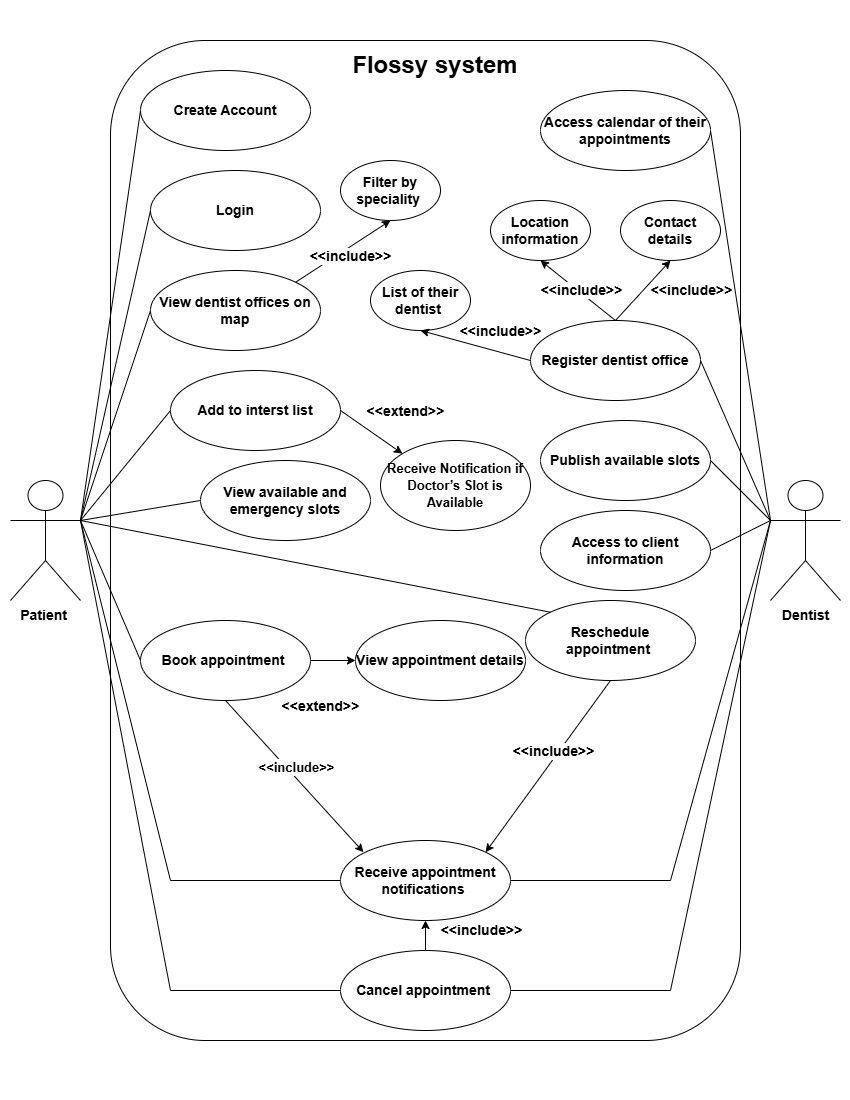
Before: documentation/Diagrams/UseCase Diagram.png, a diagram exported from draw.io (reyhaneeab/flossy). Source tidied: cells renumbered, new cells last; positions are measured from the earlier drawing's top-left corner, leaving out a move shared by most shapes. The source it was exported from:
```xml
<mxGraphModel>
  <root>
    <mxCell id="0" />
    <mxCell id="1" parent="0" />
    <mxCell id="2" value="Patient&amp;nbsp;" style="shape=umlActor;verticalLabelPosition=bottom;verticalAlign=top;html=1;outlineConnect=0;fontSize=14;fontStyle=1;" parent="1" vertex="1">
      <mxGeometry y="440" width="70" height="120" as="geometry" />
    </mxCell>
    <mxCell id="3" value="Dentist" style="shape=umlActor;verticalLabelPosition=bottom;verticalAlign=top;html=1;outlineConnect=0;fontSize=14;fontStyle=1;" parent="1" vertex="1">
      <mxGeometry x="760" y="440" width="70" height="120" as="geometry" />
    </mxCell>
    <mxCell id="4" style="rounded=1;whiteSpace=wrap;html=1;fontSize=14;fontStyle=1;" parent="1" vertex="1">
      <mxGeometry x="100" width="630" height="1000" as="geometry" />
    </mxCell>
    <mxCell id="5" value="Receive appointment notifications&amp;nbsp;" style="ellipse;whiteSpace=wrap;html=1;fontSize=14;fontStyle=1;" parent="1" vertex="1">
      <mxGeometry x="330" y="800" width="170" height="80" as="geometry" />
    </mxCell>
    <mxCell id="6" style="endArrow=none;html=1;rounded=0;entryX=0;entryY=0.5;entryDx=0;entryDy=0;exitX=1;exitY=0.3333333333333333;exitDx=0;exitDy=0;exitPerimeter=0;fontSize=14;fontStyle=1;" parent="1" edge="1" source="2" target="5">
      <mxGeometry relative="1" as="geometry">
        <Array as="points">
          <mxPoint x="160" y="840" />
        </Array>
      </mxGeometry>
    </mxCell>
    <mxCell id="7" style="endArrow=none;html=1;rounded=0;entryX=0;entryY=0.3333333333333333;entryDx=0;entryDy=0;exitX=1;exitY=0.5;exitDx=0;exitDy=0;entryPerimeter=0;fontSize=14;fontStyle=1;" parent="1" edge="1" source="5" target="3">
      <mxGeometry relative="1" as="geometry">
        <Array as="points">
          <mxPoint x="660" y="840" />
        </Array>
      </mxGeometry>
    </mxCell>
    <mxCell id="8" value="Book appointment&amp;nbsp;" style="ellipse;whiteSpace=wrap;html=1;fontSize=14;fontStyle=1;" parent="1" vertex="1">
      <mxGeometry x="130" y="580" width="170" height="80" as="geometry" />
    </mxCell>
    <mxCell id="9" style="endArrow=none;html=1;rounded=0;exitX=1;exitY=0.3333333333333333;exitDx=0;exitDy=0;exitPerimeter=0;entryX=0;entryY=0.5;entryDx=0;entryDy=0;fontSize=14;fontStyle=1;" parent="1" edge="1" source="2" target="8">
      <mxGeometry relative="1" as="geometry" />
    </mxCell>
    <mxCell id="10" value="Cancel appointment&amp;nbsp;" style="ellipse;whiteSpace=wrap;html=1;fontSize=14;fontStyle=1;" parent="1" vertex="1">
      <mxGeometry x="330" y="910" width="170" height="80" as="geometry" />
    </mxCell>
    <mxCell id="11" style="endArrow=none;html=1;rounded=0;exitX=1;exitY=0.3333333333333333;exitDx=0;exitDy=0;exitPerimeter=0;entryX=0;entryY=0.5;entryDx=0;entryDy=0;fontSize=14;fontStyle=1;" parent="1" edge="1" source="2" target="10">
      <mxGeometry relative="1" as="geometry">
        <Array as="points">
          <mxPoint x="160" y="950" />
        </Array>
      </mxGeometry>
    </mxCell>
    <mxCell id="12" style="endArrow=none;html=1;rounded=0;entryX=0;entryY=0.3333333333333333;entryDx=0;entryDy=0;entryPerimeter=0;exitX=1;exitY=0.5;exitDx=0;exitDy=0;fontSize=14;fontStyle=1;" parent="1" edge="1" source="10" target="3">
      <mxGeometry relative="1" as="geometry">
        <Array as="points">
          <mxPoint x="660" y="950" />
        </Array>
      </mxGeometry>
    </mxCell>
    <mxCell id="13" value="Reschedule appointment&amp;nbsp;" style="ellipse;whiteSpace=wrap;html=1;fontSize=14;fontStyle=1;" parent="1" vertex="1">
      <mxGeometry x="515" y="560" width="170" height="80" as="geometry" />
    </mxCell>
    <mxCell id="14" value="Publish available slots" style="ellipse;whiteSpace=wrap;html=1;fontSize=14;fontStyle=1;" parent="1" vertex="1">
      <mxGeometry x="530" y="380" width="170" height="80" as="geometry" />
    </mxCell>
    <mxCell id="15" style="endArrow=none;html=1;rounded=0;exitX=1;exitY=0.5;exitDx=0;exitDy=0;entryX=0;entryY=0.3333333333333333;entryDx=0;entryDy=0;entryPerimeter=0;fontSize=14;fontStyle=1;" parent="1" edge="1" source="14" target="3">
      <mxGeometry relative="1" as="geometry" />
    </mxCell>
    <mxCell id="16" value="Access calendar of their appointments" style="ellipse;whiteSpace=wrap;html=1;fontSize=14;fontStyle=1;" parent="1" vertex="1">
      <mxGeometry x="530" y="50" width="170" height="80" as="geometry" />
    </mxCell>
    <mxCell id="17" style="endArrow=none;html=1;rounded=0;exitX=1;exitY=0.5;exitDx=0;exitDy=0;entryX=0;entryY=0.3333333333333333;entryDx=0;entryDy=0;entryPerimeter=0;fontSize=14;fontStyle=1;" parent="1" edge="1" source="16" target="3">
      <mxGeometry relative="1" as="geometry" />
    </mxCell>
    <mxCell id="18" value="Register dentist office" style="ellipse;whiteSpace=wrap;html=1;fontSize=14;fontStyle=1;" parent="1" vertex="1">
      <mxGeometry x="520" y="280" width="170" height="80" as="geometry" />
    </mxCell>
    <mxCell id="19" style="endArrow=none;html=1;rounded=0;exitX=1;exitY=0.5;exitDx=0;exitDy=0;entryX=0;entryY=0.3333333333333333;entryDx=0;entryDy=0;entryPerimeter=0;fontSize=14;fontStyle=1;" parent="1" edge="1" source="18" target="3">
      <mxGeometry relative="1" as="geometry" />
    </mxCell>
    <mxCell id="20" value="Create Account" style="ellipse;whiteSpace=wrap;html=1;fontSize=14;fontStyle=1;" parent="1" vertex="1">
      <mxGeometry x="130" y="30" width="170" height="80" as="geometry" />
    </mxCell>
    <mxCell id="21" style="endArrow=none;html=1;rounded=0;exitX=1;exitY=0.3333333333333333;exitDx=0;exitDy=0;exitPerimeter=0;entryX=0;entryY=0.5;entryDx=0;entryDy=0;fontSize=14;fontStyle=1;" parent="1" edge="1" source="2" target="20">
      <mxGeometry relative="1" as="geometry" />
    </mxCell>
    <mxCell id="22" value="Login" style="ellipse;whiteSpace=wrap;html=1;fontSize=14;fontStyle=1;" parent="1" vertex="1">
      <mxGeometry x="140" y="130" width="170" height="80" as="geometry" />
    </mxCell>
    <mxCell id="23" style="endArrow=none;html=1;rounded=0;exitX=1;exitY=0.3333333333333333;exitDx=0;exitDy=0;exitPerimeter=0;entryX=0;entryY=0.5;entryDx=0;entryDy=0;fontSize=14;fontStyle=1;" parent="1" edge="1" source="2" target="22">
      <mxGeometry relative="1" as="geometry" />
    </mxCell>
    <mxCell id="24" value="View dentist offices on map" style="ellipse;whiteSpace=wrap;html=1;fontSize=14;fontStyle=1;" parent="1" vertex="1">
      <mxGeometry x="140" y="230" width="170" height="80" as="geometry" />
    </mxCell>
    <mxCell id="25" style="endArrow=none;html=1;rounded=0;exitX=1;exitY=0.3333333333333333;exitDx=0;exitDy=0;exitPerimeter=0;entryX=0;entryY=0.5;entryDx=0;entryDy=0;fontSize=14;fontStyle=1;" parent="1" edge="1" source="2" target="24">
      <mxGeometry relative="1" as="geometry" />
    </mxCell>
    <mxCell id="26" value="Add to interst list" style="ellipse;whiteSpace=wrap;html=1;fontSize=14;fontStyle=1;" parent="1" vertex="1">
      <mxGeometry x="160" y="330" width="170" height="80" as="geometry" />
    </mxCell>
    <mxCell id="27" style="endArrow=none;html=1;rounded=0;exitX=1;exitY=0.3333333333333333;exitDx=0;exitDy=0;exitPerimeter=0;entryX=0;entryY=0.5;entryDx=0;entryDy=0;fontSize=14;fontStyle=1;" parent="1" edge="1" source="2" target="26">
      <mxGeometry relative="1" as="geometry" />
    </mxCell>
    <mxCell id="28" value="View available and emergency slots" style="ellipse;whiteSpace=wrap;html=1;fontSize=14;fontStyle=1;" parent="1" vertex="1">
      <mxGeometry x="190" y="420" width="170" height="80" as="geometry" />
    </mxCell>
    <mxCell id="29" style="endArrow=none;html=1;rounded=0;entryX=0;entryY=0.5;entryDx=0;entryDy=0;fontSize=14;fontStyle=1;exitX=1;exitY=0.3333333333333333;exitDx=0;exitDy=0;exitPerimeter=0;" parent="1" edge="1" source="2" target="28">
      <mxGeometry relative="1" as="geometry" />
    </mxCell>
    <mxCell id="30" value="Access to client information" style="ellipse;whiteSpace=wrap;html=1;fontSize=14;fontStyle=1;" parent="1" vertex="1">
      <mxGeometry x="530" y="470" width="170" height="80" as="geometry" />
    </mxCell>
    <mxCell id="31" style="endArrow=none;html=1;rounded=0;exitX=1;exitY=0.5;exitDx=0;exitDy=0;entryX=0;entryY=0.3333333333333333;entryDx=0;entryDy=0;entryPerimeter=0;fontSize=14;fontStyle=1;" parent="1" edge="1" source="30" target="3">
      <mxGeometry relative="1" as="geometry" />
    </mxCell>
    <mxCell id="32" style="endArrow=classic;html=1;rounded=0;exitX=0.5;exitY=1;exitDx=0;exitDy=0;entryX=0;entryY=0;entryDx=0;entryDy=0;fontSize=14;fontStyle=1;" parent="1" edge="1" source="8">
      <mxGeometry relative="1" as="geometry">
        <mxPoint x="353" y="811.7" as="targetPoint" />
      </mxGeometry>
    </mxCell>
    <mxCell id="33" value="&lt;font style=&quot;font-size: 13px;&quot;&gt;&amp;lt;&amp;lt;include&amp;gt;&amp;gt;&lt;/font&gt;" style="edgeLabel;html=1;align=center;verticalAlign=middle;rotation=0;fontSize=14;fontStyle=1;" parent="32" vertex="1">
      <mxGeometry x="0.01" y="-2" relative="1" as="geometry">
        <mxPoint x="2" y="-12" as="offset" />
      </mxGeometry>
    </mxCell>
    <mxCell id="34" style="endArrow=classic;html=1;rounded=0;exitX=0.5;exitY=0;exitDx=0;exitDy=0;entryX=0.5;entryY=1;entryDx=0;entryDy=0;fontSize=14;fontStyle=1;" parent="1" edge="1" source="10" target="5">
      <mxGeometry relative="1" as="geometry" />
    </mxCell>
    <mxCell id="35" value="&amp;lt;&amp;lt;include&amp;gt;&amp;gt;" style="edgeLabel;html=1;align=center;verticalAlign=middle;fontSize=14;fontStyle=1;" parent="34" vertex="1">
      <mxGeometry x="-0.43" relative="1" as="geometry">
        <mxPoint x="55" y="-12" as="offset" />
      </mxGeometry>
    </mxCell>
    <mxCell id="36" value="&lt;b&gt;&lt;font style=&quot;font-size: 24px;&quot;&gt;Flossy system&lt;/font&gt;&lt;/b&gt;" style="text;html=1;align=center;verticalAlign=middle;whiteSpace=wrap;rounded=0;" parent="1" vertex="1">
      <mxGeometry x="300" y="10" width="250" height="30" as="geometry" />
    </mxCell>
    <mxCell id="37" value="Contact details" style="ellipse;whiteSpace=wrap;html=1;fontSize=14;fontStyle=1;" parent="1" vertex="1">
      <mxGeometry x="610" y="160" width="100" height="60" as="geometry" />
    </mxCell>
    <mxCell id="38" value="Location information" style="ellipse;whiteSpace=wrap;html=1;fontSize=14;fontStyle=1;" parent="1" vertex="1">
      <mxGeometry x="480" y="160" width="100" height="60" as="geometry" />
    </mxCell>
    <mxCell id="39" style="endArrow=classic;html=1;rounded=0;exitX=0.5;exitY=0;exitDx=0;exitDy=0;entryX=0.5;entryY=1;entryDx=0;entryDy=0;fontSize=14;fontStyle=1;" parent="1" edge="1" source="18" target="38">
      <mxGeometry relative="1" as="geometry" />
    </mxCell>
    <mxCell id="40" value="&amp;lt;&amp;lt;include&amp;gt;&amp;gt;" style="edgeLabel;html=1;align=center;verticalAlign=middle;fontSize=14;fontStyle=1;" parent="39" vertex="1">
      <mxGeometry x="-0.17" y="1" relative="1" as="geometry">
        <mxPoint x="-3" y="-6" as="offset" />
      </mxGeometry>
    </mxCell>
    <mxCell id="41" style="endArrow=classic;html=1;rounded=0;exitX=0.5;exitY=0;exitDx=0;exitDy=0;entryX=0.5;entryY=1;entryDx=0;entryDy=0;fontSize=14;fontStyle=1;" parent="1" edge="1" source="18" target="37">
      <mxGeometry relative="1" as="geometry" />
    </mxCell>
    <mxCell id="42" value="&amp;lt;&amp;lt;include&amp;gt;&amp;gt;" style="edgeLabel;html=1;align=center;verticalAlign=middle;fontSize=14;fontStyle=1;" parent="41" vertex="1">
      <mxGeometry x="0.03" y="-1" relative="1" as="geometry">
        <mxPoint x="46" as="offset" />
      </mxGeometry>
    </mxCell>
    <mxCell id="43" style="endArrow=classic;html=1;rounded=0;exitX=0.5;exitY=1;exitDx=0;exitDy=0;entryX=1;entryY=0;entryDx=0;entryDy=0;fontSize=14;fontStyle=1;" parent="1" edge="1" source="13" target="5">
      <mxGeometry relative="1" as="geometry" />
    </mxCell>
    <mxCell id="44" value="&amp;lt;&amp;lt;include&amp;gt;&amp;gt;" style="edgeLabel;html=1;align=center;verticalAlign=middle;rotation=0;fontSize=14;fontStyle=1;" parent="43" vertex="1">
      <mxGeometry x="0.03" relative="1" as="geometry">
        <mxPoint x="7" y="-18" as="offset" />
      </mxGeometry>
    </mxCell>
    <mxCell id="45" value="Filter by speciality&amp;nbsp;" style="ellipse;whiteSpace=wrap;html=1;fontSize=14;fontStyle=1;" parent="1" vertex="1">
      <mxGeometry x="330" y="120" width="100" height="60" as="geometry" />
    </mxCell>
    <mxCell id="46" style="endArrow=classic;html=1;rounded=0;exitX=1;exitY=0;exitDx=0;exitDy=0;entryX=0.5;entryY=1;entryDx=0;entryDy=0;fontSize=14;fontStyle=1;" parent="1" edge="1" source="24" target="45">
      <mxGeometry relative="1" as="geometry" />
    </mxCell>
    <mxCell id="47" value="&amp;lt;&amp;lt;include&amp;gt;&amp;gt;" style="edgeLabel;html=1;align=center;verticalAlign=middle;fontSize=14;fontStyle=1;" parent="46" vertex="1">
      <mxGeometry x="0.06" y="-1" relative="1" as="geometry">
        <mxPoint x="4" y="6" as="offset" />
      </mxGeometry>
    </mxCell>
    <mxCell id="48" value="&lt;font style=&quot;font-size: 13px;&quot;&gt;Receive Notification if Doctor’s Slot is Available&lt;/font&gt;" style="ellipse;whiteSpace=wrap;html=1;fontSize=14;fontStyle=1;" parent="1" vertex="1">
      <mxGeometry x="370" y="400" width="150" height="90" as="geometry" />
    </mxCell>
    <mxCell id="49" style="endArrow=classic;html=1;rounded=0;exitX=1;exitY=0.5;exitDx=0;exitDy=0;entryX=0;entryY=0;entryDx=0;entryDy=0;fontSize=14;fontStyle=1;" parent="1" edge="1" source="26" target="48">
      <mxGeometry relative="1" as="geometry" />
    </mxCell>
    <mxCell id="50" value="&amp;lt;&amp;lt;extend&amp;gt;&amp;gt;" style="edgeLabel;html=1;align=center;verticalAlign=middle;fontSize=14;fontStyle=1;" parent="49" vertex="1">
      <mxGeometry x="-0.05" y="-2" relative="1" as="geometry">
        <mxPoint x="36" y="-22" as="offset" />
      </mxGeometry>
    </mxCell>
    <mxCell id="51" style="endArrow=none;html=1;rounded=0;exitX=1;exitY=0.3333333333333333;exitDx=0;exitDy=0;exitPerimeter=0;entryX=0;entryY=0;entryDx=0;entryDy=0;" parent="1" edge="1" source="2" target="13">
      <mxGeometry relative="1" as="geometry" />
    </mxCell>
    <mxCell id="52" value="View appointment details" style="ellipse;whiteSpace=wrap;html=1;fontSize=14;fontStyle=1;" parent="1" vertex="1">
      <mxGeometry x="345" y="580" width="170" height="80" as="geometry" />
    </mxCell>
    <mxCell id="53" style="endArrow=classic;html=1;rounded=0;exitX=1;exitY=0.5;exitDx=0;exitDy=0;entryX=0;entryY=0.5;entryDx=0;entryDy=0;" parent="1" edge="1" source="8" target="52">
      <mxGeometry relative="1" as="geometry" />
    </mxCell>
    <mxCell id="54" value="&lt;b&gt;&lt;font style=&quot;font-size: 14px;&quot;&gt;&amp;lt;&amp;lt;extend&amp;gt;&amp;gt;&lt;/font&gt;&lt;/b&gt;" style="edgeLabel;html=1;align=center;verticalAlign=middle;" parent="53" vertex="1">
      <mxGeometry x="0.07" y="10" relative="1" as="geometry">
        <mxPoint x="-15" y="55" as="offset" />
      </mxGeometry>
    </mxCell>
    <mxCell id="55" value="List of their dentist&amp;nbsp;" style="ellipse;whiteSpace=wrap;html=1;fontSize=14;fontStyle=1;" parent="1" vertex="1">
      <mxGeometry x="360" y="230" width="100" height="60" as="geometry" />
    </mxCell>
    <mxCell id="56" style="endArrow=classic;html=1;rounded=0;exitX=0;exitY=0.5;exitDx=0;exitDy=0;entryX=0.5;entryY=1;entryDx=0;entryDy=0;" parent="1" edge="1" source="18" target="55">
      <mxGeometry relative="1" as="geometry" />
    </mxCell>
    <mxCell id="57" value="&amp;lt;&amp;lt;include&amp;gt;&amp;gt;" style="edgeLabel;html=1;align=center;verticalAlign=middle;fontSize=14;fontStyle=1;" parent="1" vertex="1">
      <mxGeometry x="490" y="290" as="geometry" />
    </mxCell>
  </root>
</mxGraphModel>
```
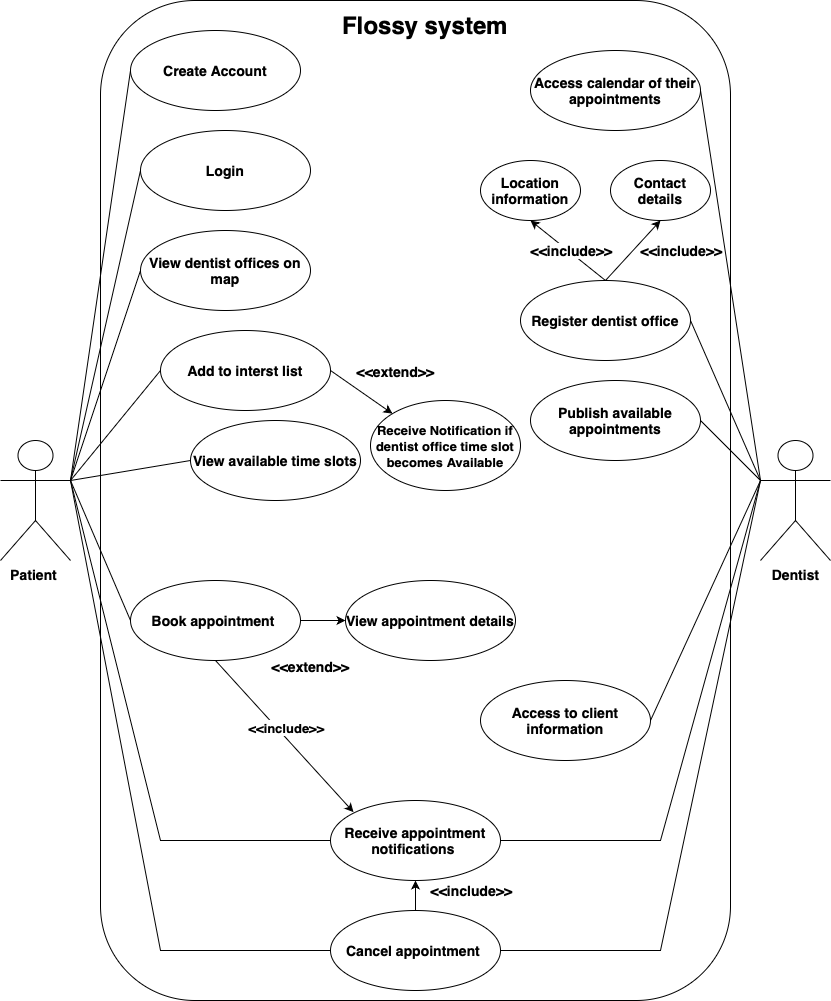
The same file after the commit.

The edit, as a diff of the source:
```diff
@@ -51,10 +51,7 @@
         </Array>
       </mxGeometry>
     </mxCell>
-    <mxCell id="13" value="Reschedule appointment&amp;nbsp;" style="ellipse;whiteSpace=wrap;html=1;fontSize=14;fontStyle=1;" parent="1" vertex="1">
-      <mxGeometry x="515" y="560" width="170" height="80" as="geometry" />
-    </mxCell>
-    <mxCell id="14" value="Publish available slots" style="ellipse;whiteSpace=wrap;html=1;fontSize=14;fontStyle=1;" parent="1" vertex="1">
+    <mxCell id="14" value="Publish available appointments" style="ellipse;whiteSpace=wrap;html=1;fontSize=14;fontStyle=1;" parent="1" vertex="1">
       <mxGeometry x="530" y="380" width="170" height="80" as="geometry" />
     </mxCell>
     <mxCell id="15" style="endArrow=none;html=1;rounded=0;exitX=1;exitY=0.5;exitDx=0;exitDy=0;entryX=0;entryY=0.3333333333333333;entryDx=0;entryDy=0;entryPerimeter=0;fontSize=14;fontStyle=1;" parent="1" edge="1" source="14" target="3">
@@ -96,14 +93,14 @@
     <mxCell id="27" style="endArrow=none;html=1;rounded=0;exitX=1;exitY=0.3333333333333333;exitDx=0;exitDy=0;exitPerimeter=0;entryX=0;entryY=0.5;entryDx=0;entryDy=0;fontSize=14;fontStyle=1;" parent="1" edge="1" source="2" target="26">
       <mxGeometry relative="1" as="geometry" />
     </mxCell>
-    <mxCell id="28" value="View available and emergency slots" style="ellipse;whiteSpace=wrap;html=1;fontSize=14;fontStyle=1;" parent="1" vertex="1">
+    <mxCell id="28" value="View available time slots" style="ellipse;whiteSpace=wrap;html=1;fontSize=14;fontStyle=1;" parent="1" vertex="1">
       <mxGeometry x="190" y="420" width="170" height="80" as="geometry" />
     </mxCell>
     <mxCell id="29" style="endArrow=none;html=1;rounded=0;entryX=0;entryY=0.5;entryDx=0;entryDy=0;fontSize=14;fontStyle=1;exitX=1;exitY=0.3333333333333333;exitDx=0;exitDy=0;exitPerimeter=0;" parent="1" edge="1" source="2" target="28">
       <mxGeometry relative="1" as="geometry" />
     </mxCell>
     <mxCell id="30" value="Access to client information" style="ellipse;whiteSpace=wrap;html=1;fontSize=14;fontStyle=1;" parent="1" vertex="1">
-      <mxGeometry x="530" y="470" width="170" height="80" as="geometry" />
+      <mxGeometry x="480" y="680" width="170" height="80" as="geometry" />
     </mxCell>
     <mxCell id="31" style="endArrow=none;html=1;rounded=0;exitX=1;exitY=0.5;exitDx=0;exitDy=0;entryX=0;entryY=0.3333333333333333;entryDx=0;entryDy=0;entryPerimeter=0;fontSize=14;fontStyle=1;" parent="1" edge="1" source="30" target="3">
       <mxGeometry relative="1" as="geometry" />
@@ -151,26 +148,7 @@
         <mxPoint x="46" as="offset" />
       </mxGeometry>
     </mxCell>
-    <mxCell id="43" style="endArrow=classic;html=1;rounded=0;exitX=0.5;exitY=1;exitDx=0;exitDy=0;entryX=1;entryY=0;entryDx=0;entryDy=0;fontSize=14;fontStyle=1;" parent="1" edge="1" source="13" target="5">
-      <mxGeometry relative="1" as="geometry" />
-    </mxCell>
-    <mxCell id="44" value="&amp;lt;&amp;lt;include&amp;gt;&amp;gt;" style="edgeLabel;html=1;align=center;verticalAlign=middle;rotation=0;fontSize=14;fontStyle=1;" parent="43" vertex="1">
-      <mxGeometry x="0.03" relative="1" as="geometry">
-        <mxPoint x="7" y="-18" as="offset" />
-      </mxGeometry>
-    </mxCell>
-    <mxCell id="45" value="Filter by speciality&amp;nbsp;" style="ellipse;whiteSpace=wrap;html=1;fontSize=14;fontStyle=1;" parent="1" vertex="1">
-      <mxGeometry x="330" y="120" width="100" height="60" as="geometry" />
-    </mxCell>
-    <mxCell id="46" style="endArrow=classic;html=1;rounded=0;exitX=1;exitY=0;exitDx=0;exitDy=0;entryX=0.5;entryY=1;entryDx=0;entryDy=0;fontSize=14;fontStyle=1;" parent="1" edge="1" source="24" target="45">
-      <mxGeometry relative="1" as="geometry" />
-    </mxCell>
-    <mxCell id="47" value="&amp;lt;&amp;lt;include&amp;gt;&amp;gt;" style="edgeLabel;html=1;align=center;verticalAlign=middle;fontSize=14;fontStyle=1;" parent="46" vertex="1">
-      <mxGeometry x="0.06" y="-1" relative="1" as="geometry">
-        <mxPoint x="4" y="6" as="offset" />
-      </mxGeometry>
-    </mxCell>
-    <mxCell id="48" value="&lt;font style=&quot;font-size: 13px;&quot;&gt;Receive Notification if Doctor’s Slot is Available&lt;/font&gt;" style="ellipse;whiteSpace=wrap;html=1;fontSize=14;fontStyle=1;" parent="1" vertex="1">
+    <mxCell id="48" value="&lt;font style=&quot;font-size: 13px;&quot;&gt;Receive Notification if dentist office time slot becomes Available&lt;/font&gt;" style="ellipse;whiteSpace=wrap;html=1;fontSize=14;fontStyle=1;" parent="1" vertex="1">
       <mxGeometry x="370" y="400" width="150" height="90" as="geometry" />
     </mxCell>
     <mxCell id="49" style="endArrow=classic;html=1;rounded=0;exitX=1;exitY=0.5;exitDx=0;exitDy=0;entryX=0;entryY=0;entryDx=0;entryDy=0;fontSize=14;fontStyle=1;" parent="1" edge="1" source="26" target="48">
@@ -181,9 +159,6 @@
         <mxPoint x="36" y="-22" as="offset" />
       </mxGeometry>
     </mxCell>
-    <mxCell id="51" style="endArrow=none;html=1;rounded=0;exitX=1;exitY=0.3333333333333333;exitDx=0;exitDy=0;exitPerimeter=0;entryX=0;entryY=0;entryDx=0;entryDy=0;" parent="1" edge="1" source="2" target="13">
-      <mxGeometry relative="1" as="geometry" />
-    </mxCell>
     <mxCell id="52" value="View appointment details" style="ellipse;whiteSpace=wrap;html=1;fontSize=14;fontStyle=1;" parent="1" vertex="1">
       <mxGeometry x="345" y="580" width="170" height="80" as="geometry" />
     </mxCell>
@@ -195,14 +170,5 @@
         <mxPoint x="-15" y="55" as="offset" />
       </mxGeometry>
     </mxCell>
-    <mxCell id="55" value="List of their dentist&amp;nbsp;" style="ellipse;whiteSpace=wrap;html=1;fontSize=14;fontStyle=1;" parent="1" vertex="1">
-      <mxGeometry x="360" y="230" width="100" height="60" as="geometry" />
-    </mxCell>
-    <mxCell id="56" style="endArrow=classic;html=1;rounded=0;exitX=0;exitY=0.5;exitDx=0;exitDy=0;entryX=0.5;entryY=1;entryDx=0;entryDy=0;" parent="1" edge="1" source="18" target="55">
-      <mxGeometry relative="1" as="geometry" />
-    </mxCell>
-    <mxCell id="57" value="&amp;lt;&amp;lt;include&amp;gt;&amp;gt;" style="edgeLabel;html=1;align=center;verticalAlign=middle;fontSize=14;fontStyle=1;" parent="1" vertex="1">
-      <mxGeometry x="490" y="290" as="geometry" />
-    </mxCell>
   </root>
 </mxGraphModel>
```
